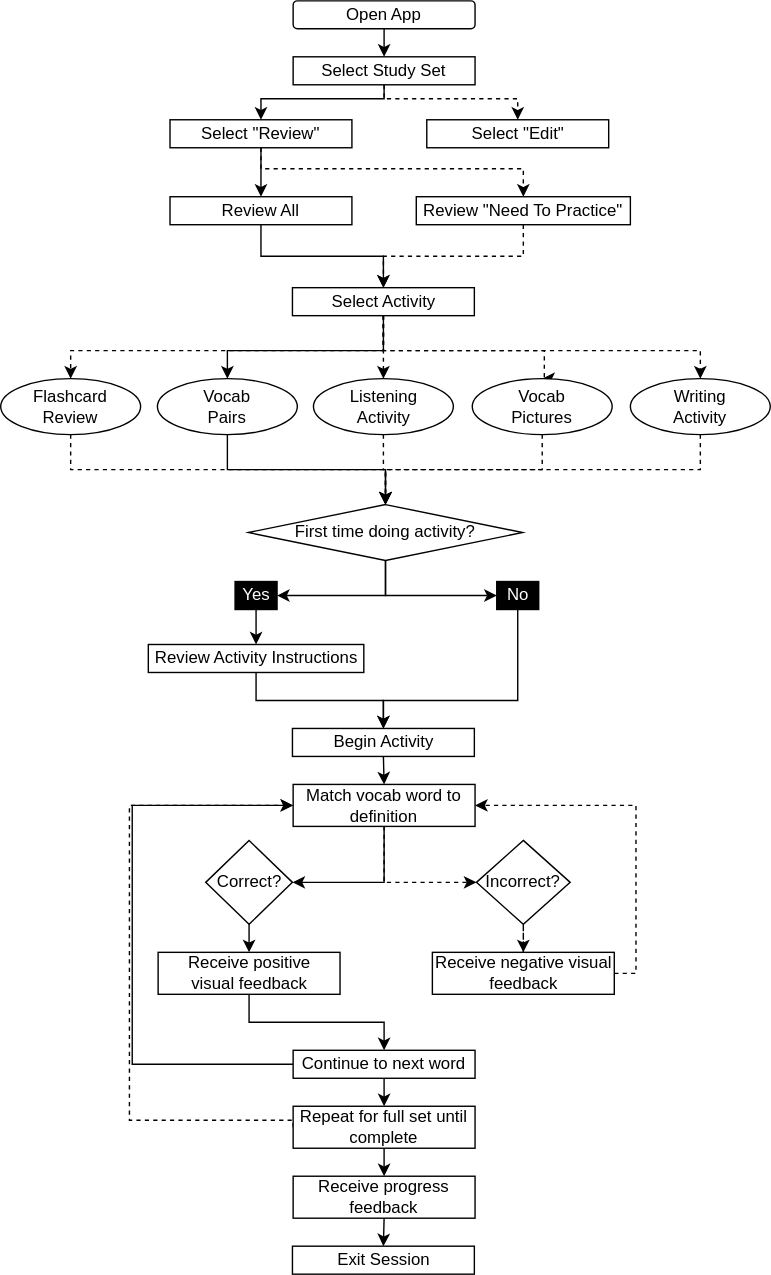
rhicooper/portfolio keeps this draw.io diagram as img/buddy/userflow2.svg. Above is the earlier version. Source tidied: cells renumbered, new cells last; positions are measured from the earlier drawing's top-left corner, leaving out a move shared by most shapes.
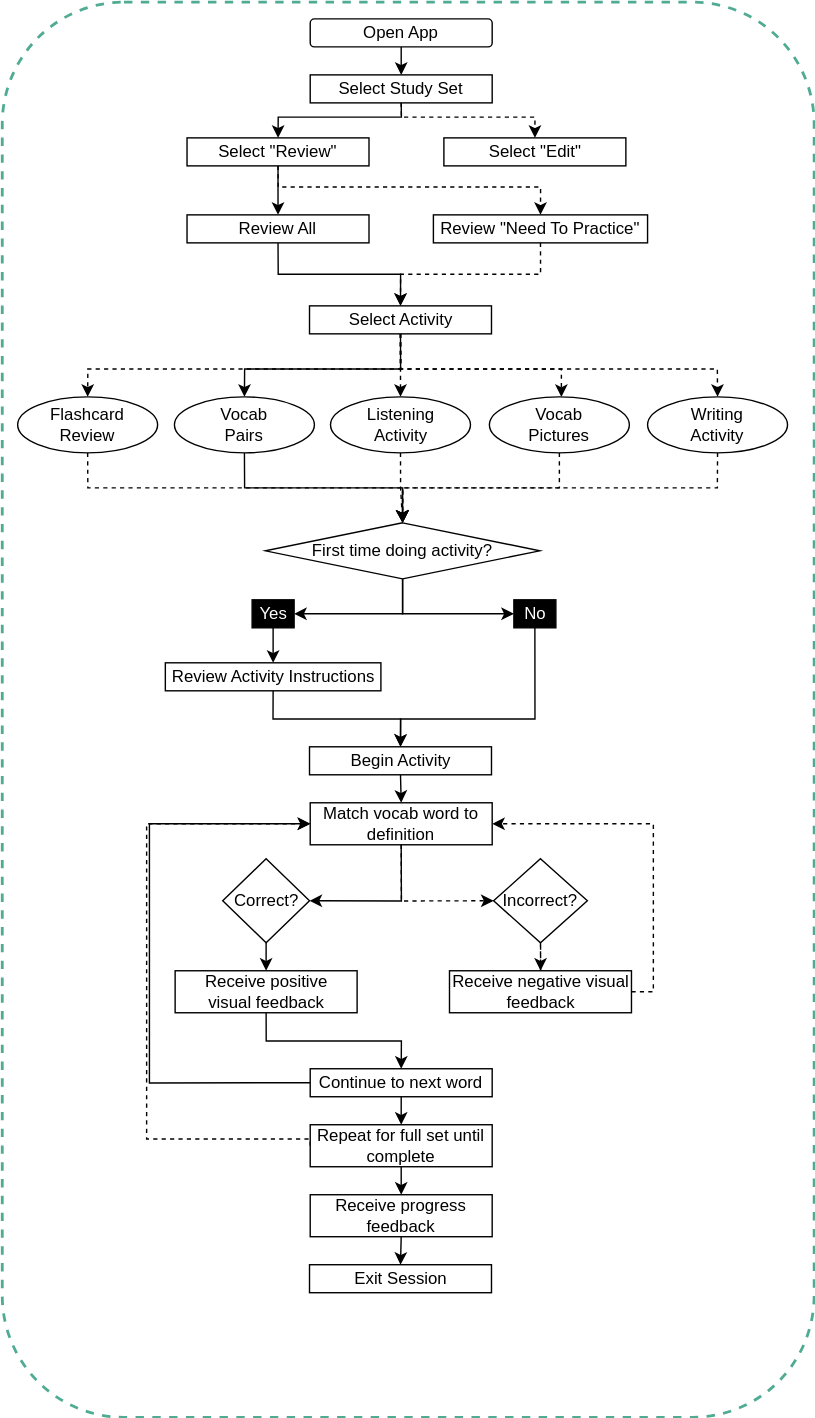
After the commit.

The edit, as a diff of the source:
```diff
@@ -237,5 +237,8 @@
     <mxCell id="61" value="Select &quot;Edit&quot;" style="rounded=0;whiteSpace=wrap;html=1;" parent="1" vertex="1">
       <mxGeometry x="304.5" y="85" width="130" height="20" as="geometry" />
     </mxCell>
+    <mxCell id="62" style="rounded=1;whiteSpace=wrap;html=1;fillColor=none;dashed=1;strokeWidth=2;perimeterSpacing=0;strokeColor=#50AB93;" parent="1" vertex="1">
+      <mxGeometry x="-11" y="-12" width="580" height="1011" as="geometry" />
+    </mxCell>
   </root>
 </mxGraphModel>
```
